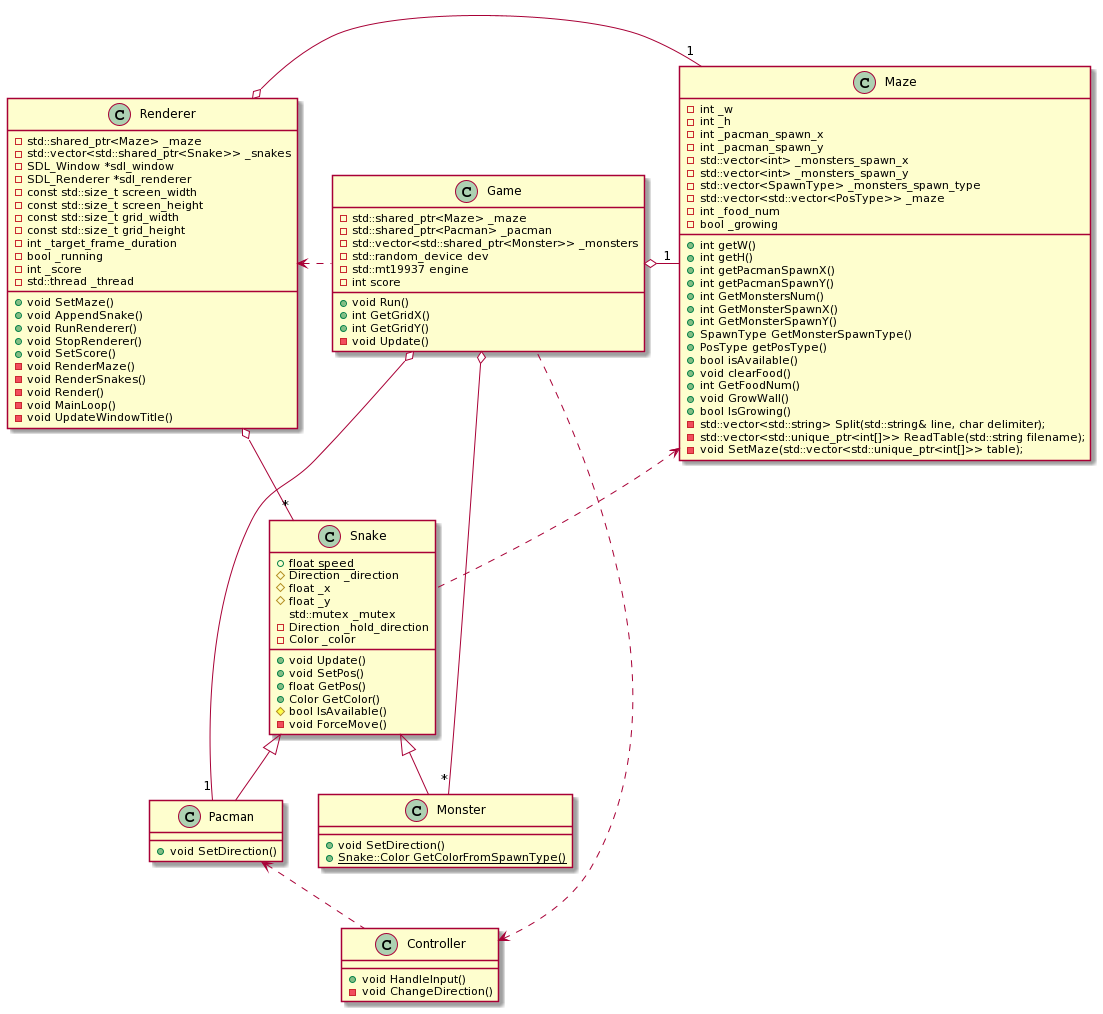
Before: docs/diagrams/ClassDiagram.png, a diagram exported from PlantUML (matsuyamaichiro/CppND-Capstone-Pacman).
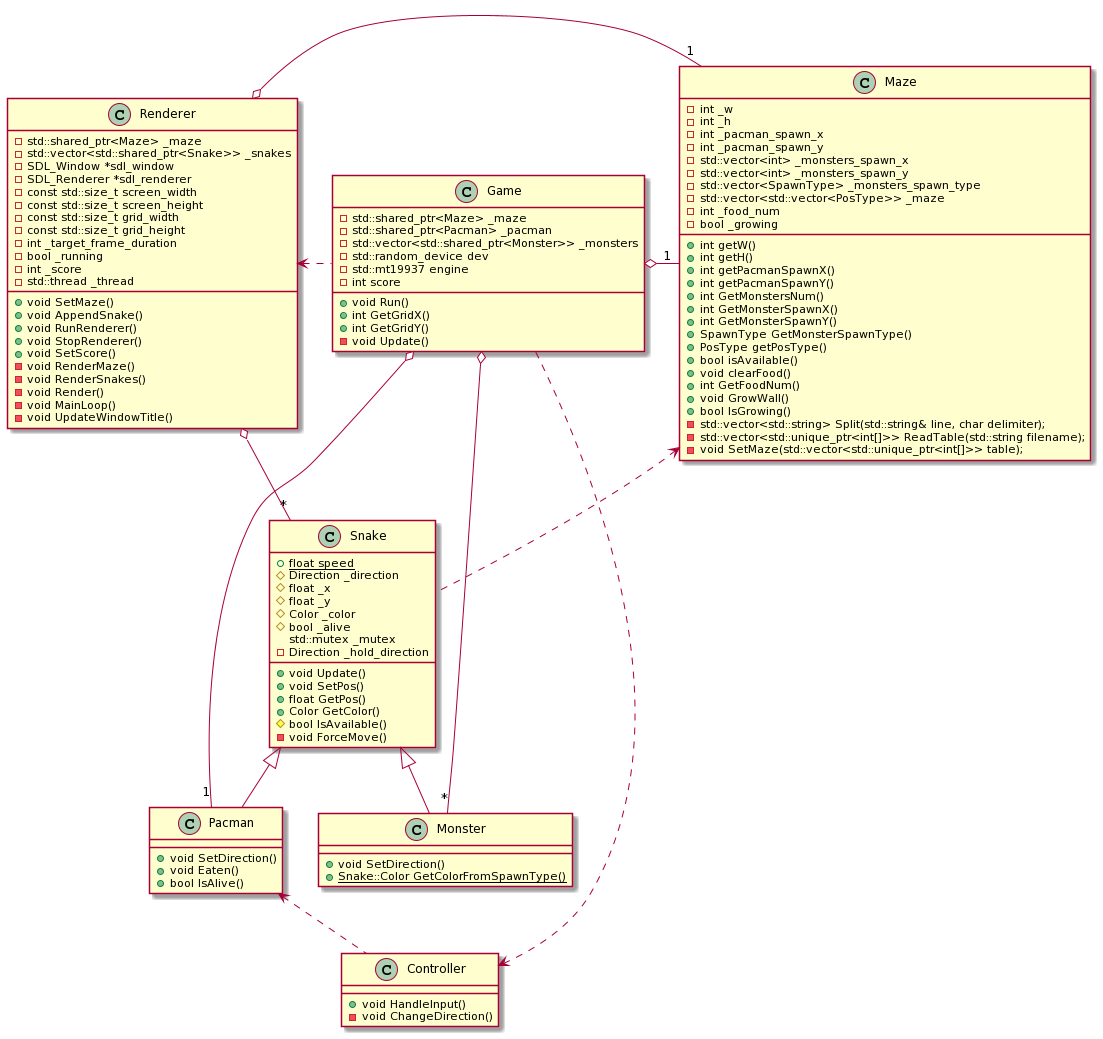
The same diagram one commit later.

What changed in the source:
```diff
@@ -60,10 +60,11 @@
 Snake : #Direction _direction
 Snake : #float _x
 Snake : #float _y
+Snake : #Color _color
+Snake : #bool _alive
 Snake : std::mutex _mutex
 Snake : -void ForceMove()
 Snake : -Direction _hold_direction
-Snake : -Color _color
 Snake <|-- Pacman
 Snake <|-- Monster
 
@@ -71,6 +72,8 @@
 Monster : +{static} Snake::Color GetColorFromSpawnType()
 
 Pacman : +void SetDirection()
+Pacman : +void Eaten()
+Pacman : +bool IsAlive()
 Pacman <.. Controller
 
 Renderer : +void SetMaze()
```
